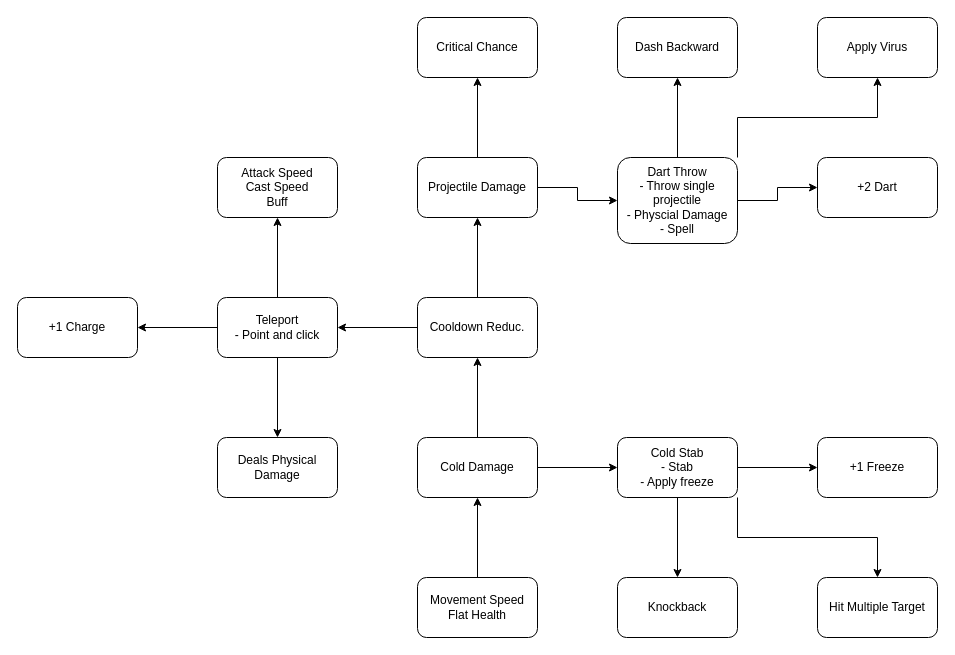
Above: page "Umbra" (11 of 30) of Docs/SkillTree.drawio in LeVieuxSinge/RoguelikeGame (draw.io), before the change. Source tidied: cells renumbered, new cells numbered last; positions are measured from the earlier drawing's top-left corner, leaving out a move shared by most shapes. Both pictures are drawn from the tidied source at 100%, with x=0, y=0 at pixel (17, 17).
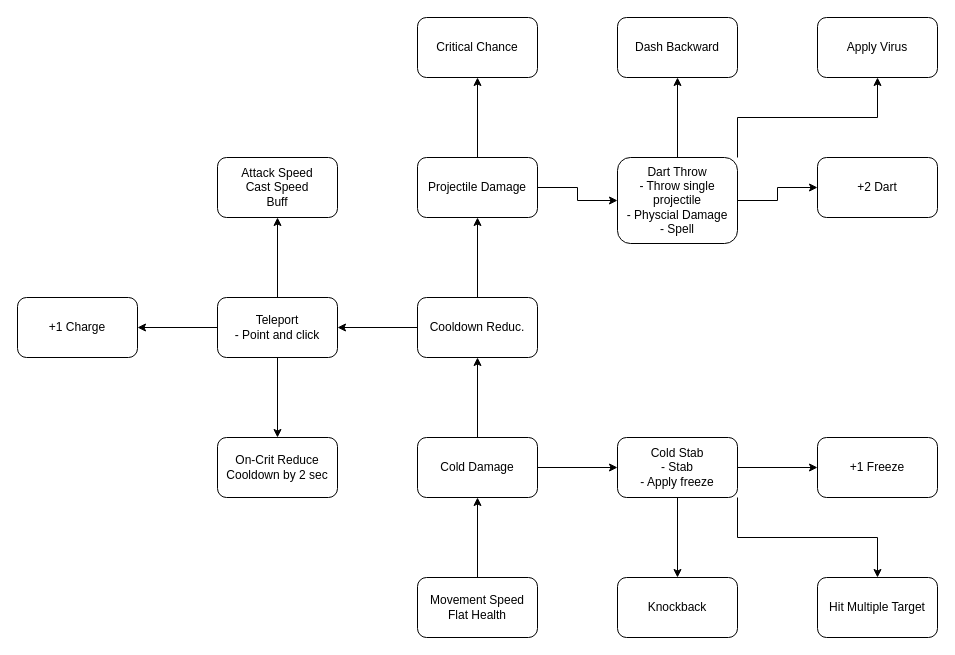
After the change.

Change to the diagram source:
```diff
@@
-    <mxCell id="29" value="Deals Physical&lt;br&gt;Damage" style="rounded=1;whiteSpace=wrap;html=1;" parent="1" vertex="1">
+    <mxCell id="29" value="On-Crit Reduce Cooldown by 2 sec" style="rounded=1;whiteSpace=wrap;html=1;" parent="1" vertex="1">
       <mxGeometry x="200" y="420" width="120" height="60" as="geometry" />
     </mxCell>
```
